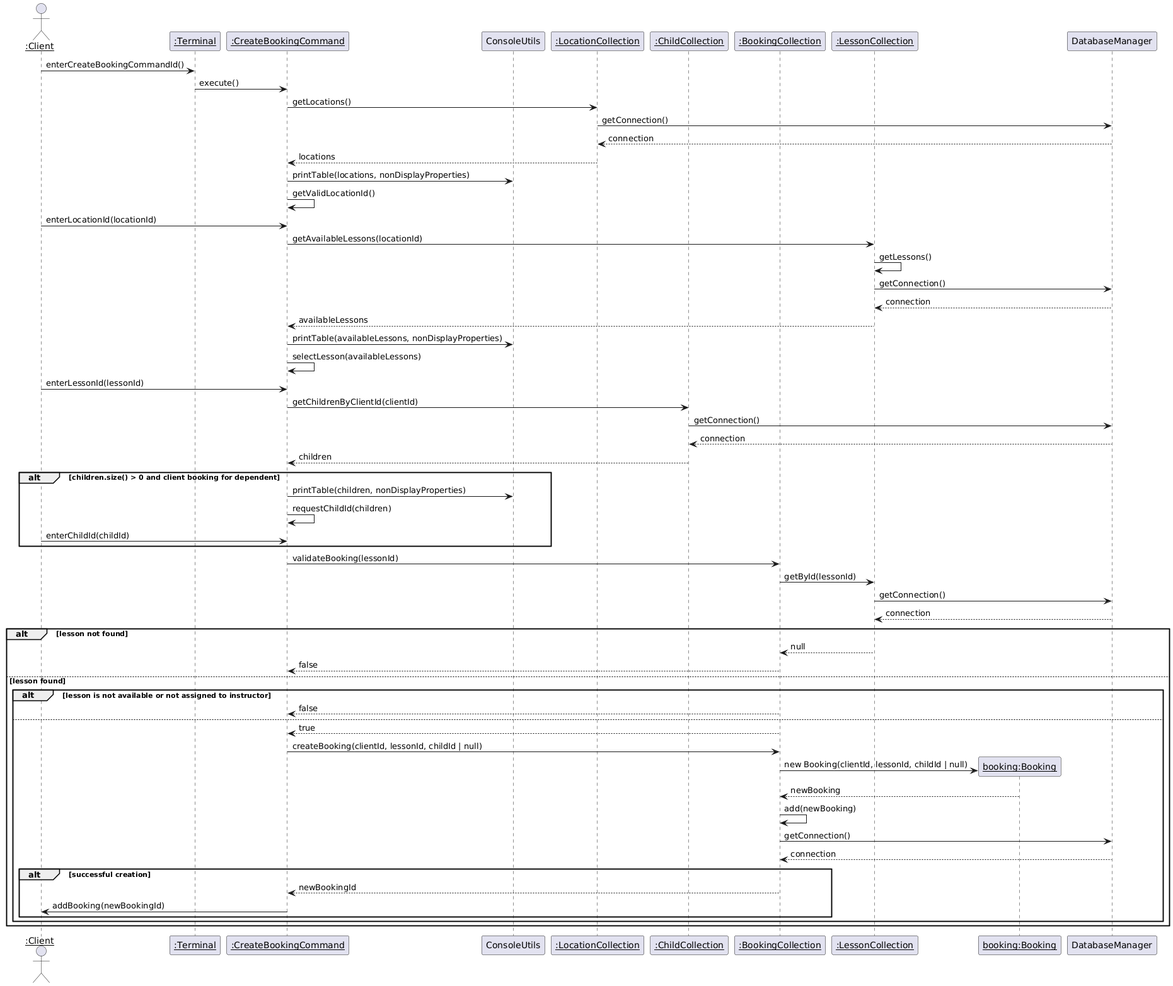
Earlier version of the PlantUML export iterationDeliverables/iteration-2/InteractionDiagrams/Images/Client-CreateBooking.png (Niravanaa/Alouer-SOEN342).
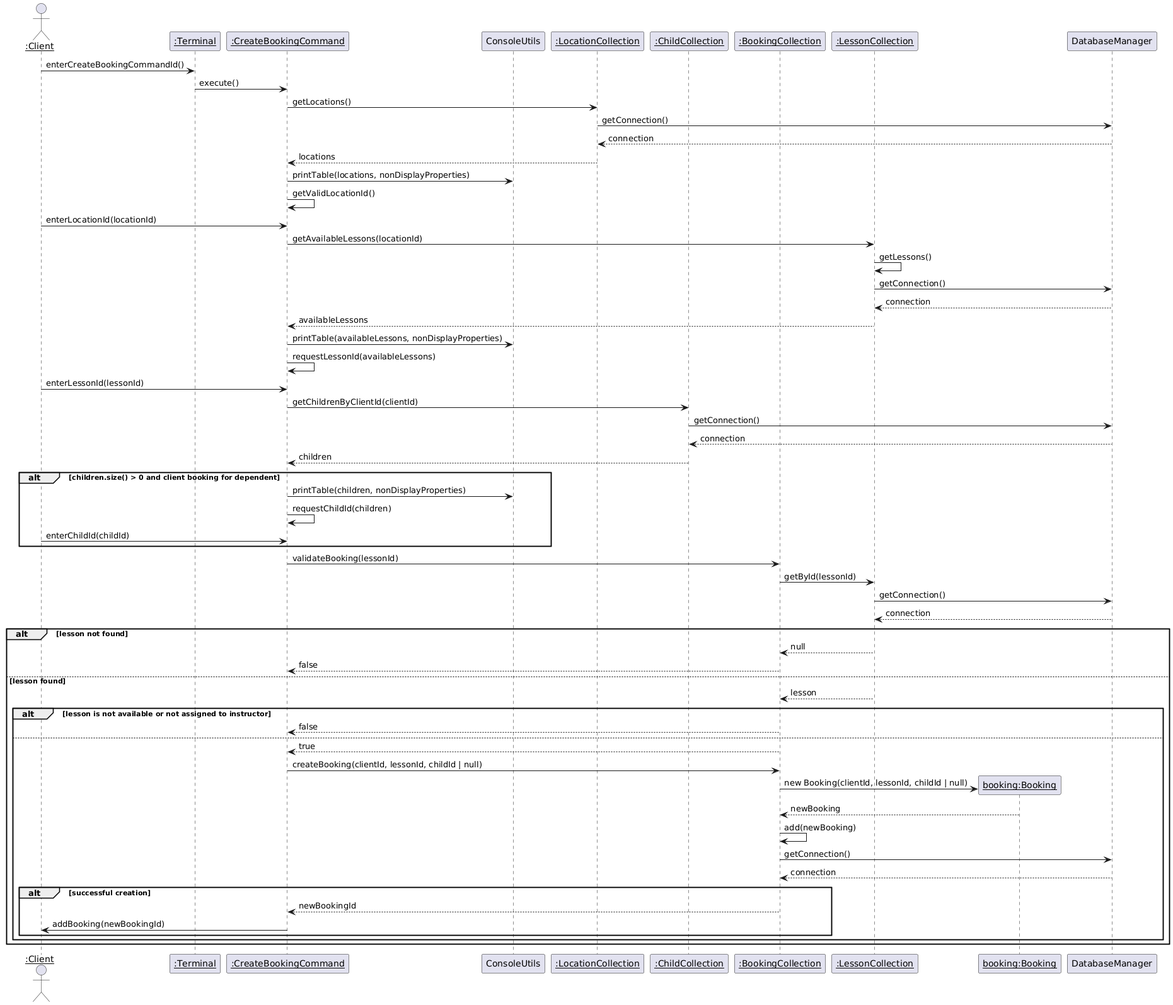
Later version of the same file.

Change to the diagram source:
```diff
@@ -25,7 +25,7 @@
 databaseManager --> lessonCollection : connection
 lessonCollection --> command : availableLessons
 command -> consoleUtils : printTable(availableLessons, nonDisplayProperties)
-command -> command : selectLesson(availableLessons)
+command -> command : requestLessonId(availableLessons)
 client -> command : enterLessonId(lessonId)
 command -> childCollection : getChildrenByClientId(clientId)
 childCollection -> databaseManager : getConnection()
@@ -44,6 +44,7 @@
     lessonCollection --> bookingCollection : null
     bookingCollection --> command : false
 else lesson found
+    lessonCollection --> bookingCollection : lesson
     alt lesson is not available or not assigned to instructor
        bookingCollection --> command : false
     else
```
